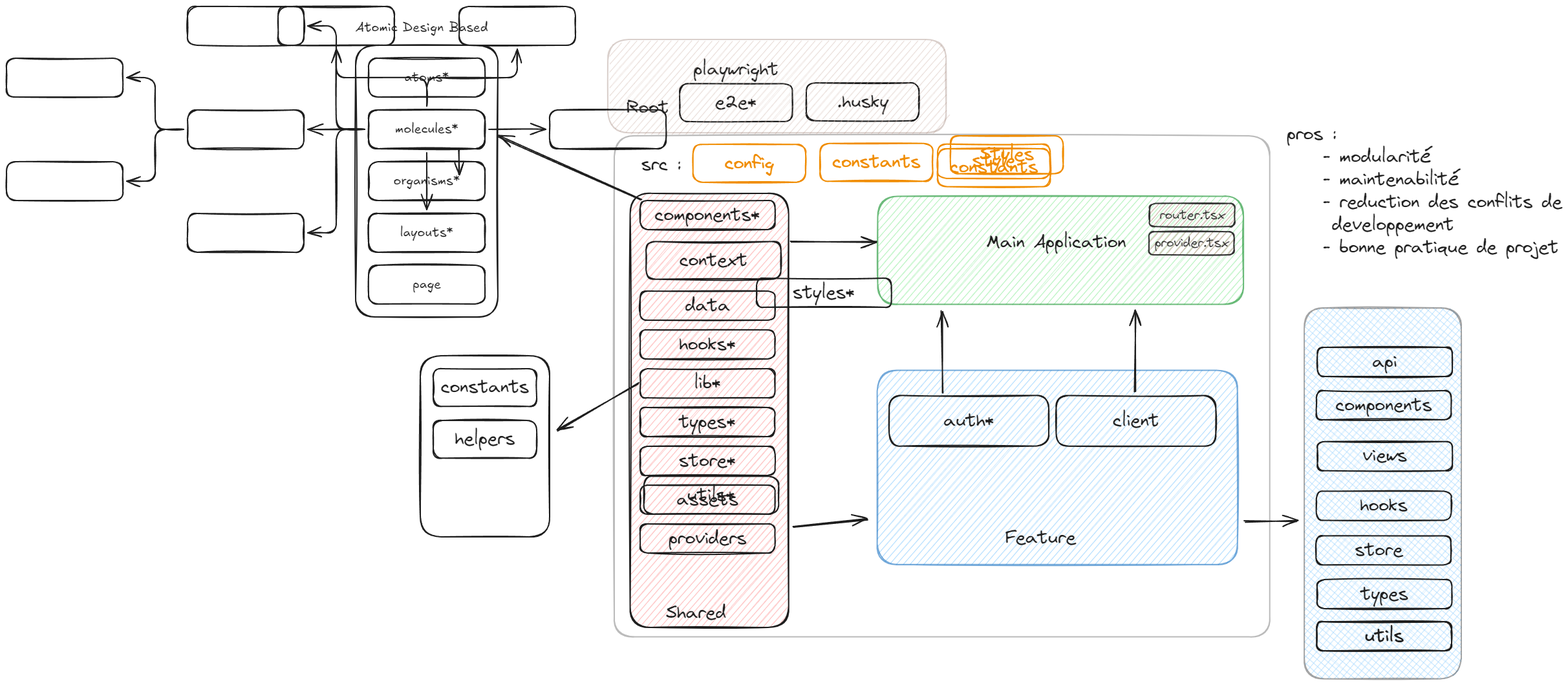
Before: project-sturcture.excalidraw.png, a diagram exported from Excalidraw (Danmo-Ar/nextjs-architecture). Source tidied: one line per element, renumbered; positions are measured from the earlier drawing's top-left corner, leaving out a move shared by most shapes.
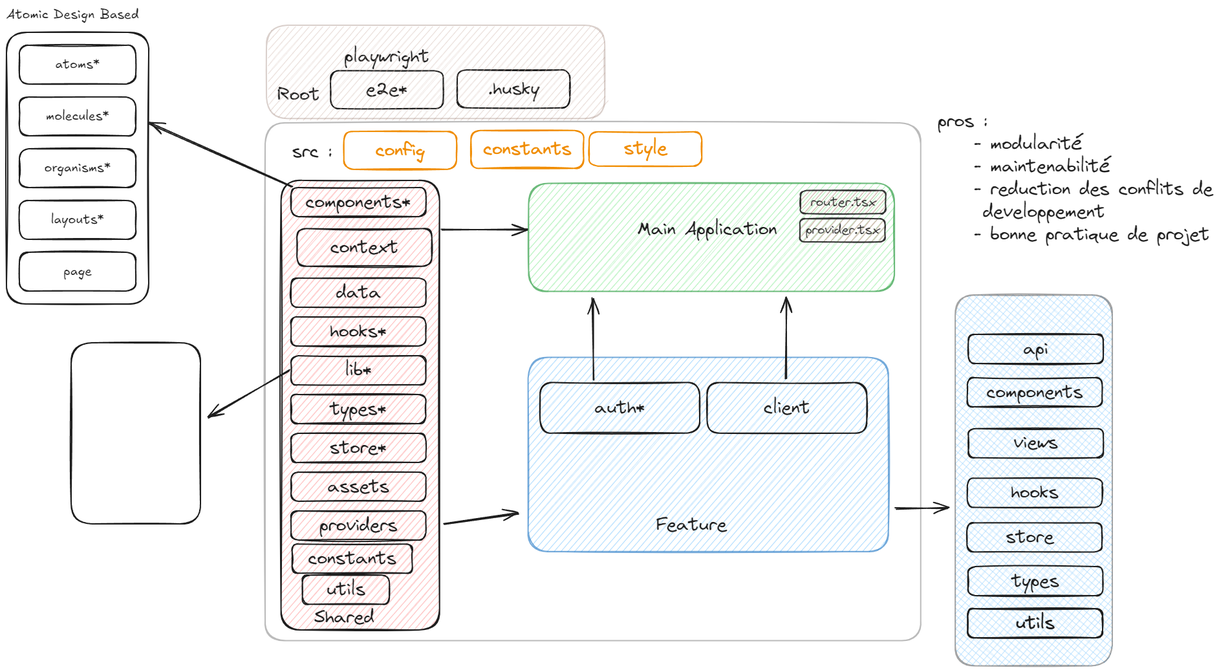
Later version of the same file.

Diff of the diagram source:
```diff
@@ -1,12 +1,12 @@
-{"id": 0, "type": "rectangle", "strokeColor": "#1e1e1e", "backgroundColor": "#ffffff", "fillStyle": "hachure", "strokeWidth": 2, "roughness": 1, "opacity": 30, "round": true, "x": 400, "y": 180, "width": 1014, "height": 775}
+{"id": 0, "type": "rectangle", "strokeColor": "#1e1e1e", "backgroundColor": "#ffffff", "fillStyle": "hachure", "strokeWidth": 2, "roughness": 1, "opacity": 30, "round": true, "x": 400, "y": 180, "width": 1014, "height": 800}
-{"id": 1, "type": "rectangle", "strokeColor": "#1e1e1e", "backgroundColor": "#ffc9c9", "fillStyle": "hachure", "strokeWidth": 2, "roughness": 1, "round": true, "x": 425, "y": 269, "width": 245, "height": 671}
+{"id": 1, "type": "rectangle", "strokeColor": "#1e1e1e", "backgroundColor": "#ffc9c9", "fillStyle": "hachure", "strokeWidth": 2, "roughness": 1, "round": true, "x": 425, "y": 269, "width": 245, "height": 695}
 {"id": 2, "type": "rectangle", "strokeColor": "#2f9e44", "backgroundColor": "#b2f2bb", "fillStyle": "hachure", "strokeWidth": 2, "roughness": 1, "opacity": 70, "round": true, "x": 807, "y": 273, "width": 566, "height": 167}
 {"id": 3, "type": "rectangle", "strokeColor": "#1971c2", "backgroundColor": "#a5d8ff", "fillStyle": "hachure", "strokeWidth": 2, "roughness": 1, "opacity": 60, "round": true, "x": 807, "y": 543, "width": 557, "height": 300}
-{"id": 4, "type": "text", "text": "Shared", "strokeColor": "#1e1e1e", "strokeWidth": 2, "roughness": 1, "fontSize": 28, "fontFamily": 1, "x": 480, "y": 900, "width": 93, "height": 35}
+{"id": 4, "type": "text", "text": "Shared", "strokeColor": "#1e1e1e", "strokeWidth": 2, "roughness": 1, "fontSize": 28, "fontFamily": 1, "x": 476, "y": 927, "width": 93, "height": 35}
 {"id": 5, "type": "text", "text": "Feature", "strokeColor": "#1e1e1e", "strokeWidth": 2, "roughness": 1, "fontSize": 28, "fontFamily": 1, "x": 1005, "y": 784, "width": 109, "height": 35}
 {"id": 6, "type": "text", "text": "Main Application", "strokeColor": "#1e1e1e", "strokeWidth": 2, "roughness": 1, "fontSize": 28, "fontFamily": 1, "x": 975, "y": 328, "width": 216, "height": 35}
-{"id": 7, "type": "arrow", "strokeColor": "#1e1e1e", "strokeWidth": 2, "roughness": 1, "endArrowhead": "arrow", "round": true, "from": 1, "to": 2, "x": 674, "y": 344, "width": 131, "height": 1, "points": [[0, 0], [131, -1]]}
+{"id": 7, "type": "arrow", "strokeColor": "#1e1e1e", "strokeWidth": 2, "roughness": 1, "endArrowhead": "arrow", "round": true, "from": 1, "to": 2, "x": 674, "y": 346, "width": 131, "height": 2, "points": [[0, 0], [131, -2]]}
-{"id": 8, "type": "arrow", "strokeColor": "#1e1e1e", "strokeWidth": 2, "roughness": 1, "endArrowhead": "arrow", "round": true, "from": 1, "to": 3, "x": 676, "y": 785, "width": 115, "height": 12, "points": [[0, 0], [115, -12]]}
+{"id": 8, "type": "arrow", "strokeColor": "#1e1e1e", "strokeWidth": 2, "roughness": 1, "endArrowhead": "arrow", "round": true, "from": 1, "to": 3, "x": 676, "y": 801, "width": 116, "height": 16, "points": [[0, 0], [116, -16]]}
 {"id": 9, "type": "rectangle", "strokeColor": "#1e1e1e", "strokeWidth": 2, "roughness": 1, "round": true, "x": 1083, "y": 582, "width": 247, "height": 78}
 {"id": 10, "type": "text", "text": "client", "strokeColor": "#1e1e1e", "strokeWidth": 2, "roughness": 1, "fontSize": 28, "fontFamily": 1, "textAlign": "center", "verticalAlign": "middle", "inside": 9, "x": 1171, "y": 603, "width": 72, "height": 35}
 {"id": 11, "type": "rectangle", "strokeColor": "#1e1e1e", "strokeWidth": 2, "roughness": 1, "round": true, "x": 825, "y": 581, "width": 247, "height": 78}
@@ -55,17 +55,15 @@
 {"id": 54, "type": "text", "text": "utils", "strokeColor": "#1e1e1e", "strokeWidth": 2, "roughness": 1, "fontSize": 28, "fontFamily": 1, "textAlign": "center", "verticalAlign": "middle", "inside": 53, "x": 1560, "y": 936, "width": 60, "height": 35}
 {"id": 55, "type": "rectangle", "strokeColor": "#1e1e1e", "strokeWidth": 2, "roughness": 1, "round": true, "x": 697, "y": 98, "width": 174, "height": 59}
 {"id": 56, "type": "text", "text": ".husky", "strokeColor": "#1e1e1e", "strokeWidth": 2, "roughness": 1, "fontSize": 28, "fontFamily": 1, "textAlign": "center", "verticalAlign": "middle", "inside": 55, "x": 744, "y": 110, "width": 79, "height": 35}
-{"id": 57, "type": "rectangle", "strokeColor": "#846358", "backgroundColor": "#d2bab0", "fillStyle": "hachure", "strokeWidth": 2, "roughness": 1, "opacity": 30, "round": true, "x": 390, "y": 31, "width": 523, "height": 144}
+{"id": 57, "type": "rectangle", "strokeColor": "#846358", "backgroundColor": "#d2bab0", "fillStyle": "hachure", "strokeWidth": 2, "roughness": 1, "opacity": 30, "round": true, "x": 402, "y": 29, "width": 523, "height": 144}
 {"id": 58, "type": "rectangle", "strokeColor": "#1e1e1e", "backgroundColor": "#d2bab0", "fillStyle": "hachure", "strokeWidth": 2, "roughness": 1, "opacity": 90, "round": true, "x": 1228, "y": 285, "width": 132, "height": 36}
 {"id": 59, "type": "text", "text": "router.tsx", "strokeColor": "#1e1e1e", "backgroundColor": "#d2bab0", "fillStyle": "hachure", "strokeWidth": 2, "roughness": 1, "opacity": 90, "fontSize": 20, "fontFamily": 1, "textAlign": "center", "verticalAlign": "middle", "inside": 58, "x": 1243, "y": 290, "width": 101, "height": 25}
 {"id": 60, "type": "rectangle", "strokeColor": "#1e1e1e", "backgroundColor": "#d2bab0", "fillStyle": "hachure", "strokeWidth": 2, "roughness": 1, "opacity": 90, "round": true, "x": 1227, "y": 328, "width": 132, "height": 36}
 {"id": 61, "type": "text", "text": "provider.tsx", "strokeColor": "#1e1e1e", "backgroundColor": "#d2bab0", "fillStyle": "hachure", "strokeWidth": 2, "roughness": 1, "opacity": 90, "fontSize": 20, "fontFamily": 1, "textAlign": "center", "verticalAlign": "middle", "inside": 60, "x": 1236, "y": 334, "width": 114, "height": 25}
-{"id": 62, "type": "arrow", "strokeColor": "#1e1e1e", "strokeWidth": 2, "roughness": 1, "endArrowhead": "arrow", "round": true, "from": 21, "to": 63, "x": 437, "y": 563, "width": 125, "height": 73, "points": [[0, 0], [-125, 73]]}
-{"id": 63, "type": "rectangle", "strokeColor": "#1e1e1e", "strokeWidth": 2, "roughness": 1, "round": true, "x": 100, "y": 520, "width": 200, "height": 280}
-{"id": 64, "type": "rectangle", "strokeColor": "#1e1e1e", "strokeWidth": 2, "roughness": 1, "round": true, "x": 120, "y": 540, "width": 160, "height": 58}
+{"id": 64, "type": "rectangle", "strokeColor": "#1e1e1e", "strokeWidth": 2, "roughness": 1, "round": true, "x": 442, "y": 831, "width": 186, "height": 45}
-{"id": 65, "type": "text", "text": "constants", "strokeColor": "#1e1e1e", "strokeWidth": 2, "roughness": 1, "fontSize": 28, "fontFamily": 1, "textAlign": "center", "verticalAlign": "middle", "inside": 64, "x": 132, "y": 552, "width": 136, "height": 35}
+{"id": 65, "type": "text", "text": "constants", "strokeColor": "#1e1e1e", "strokeWidth": 2, "roughness": 1, "fontSize": 28, "fontFamily": 1, "textAlign": "center", "verticalAlign": "middle", "inside": 64, "x": 466, "y": 836, "width": 136, "height": 35}
-{"id": 66, "type": "rectangle", "strokeColor": "#1e1e1e", "strokeWidth": 2, "roughness": 1, "round": true, "x": 120, "y": 620, "width": 160, "height": 58}
+{"id": 66, "type": "rectangle", "strokeColor": "#1e1e1e", "strokeWidth": 2, "roughness": 1, "round": true, "x": 458, "y": 879, "width": 134, "height": 45}
-{"id": 67, "type": "text", "text": "helpers", "strokeColor": "#1e1e1e", "strokeWidth": 2, "roughness": 1, "fontSize": 28, "fontFamily": 1, "textAlign": "center", "verticalAlign": "middle", "inside": 66, "x": 154, "y": 632, "width": 93, "height": 35}
+{"id": 67, "type": "text", "text": "utils", "strokeColor": "#1e1e1e", "strokeWidth": 2, "roughness": 1, "fontSize": 28, "fontFamily": 1, "textAlign": "center", "verticalAlign": "middle", "inside": 66, "x": 495, "y": 884, "width": 60, "height": 35}
 {"id": 68, "type": "arrow", "strokeColor": "#1e1e1e", "strokeWidth": 2, "roughness": 1, "endArrowhead": "arrow", "round": true, "from": 25, "x": 442, "y": 278, "width": 222, "height": 98, "points": [[0, 0], [-222, -98]]}
 {"id": 69, "type": "rectangle", "strokeColor": "#1e1e1e", "strokeWidth": 2, "roughness": 1, "round": true, "x": 0, "y": 40, "width": 220, "height": 420}
 {"id": 70, "type": "text", "text": "Atomic Design Based", "strokeColor": "#1e1e1e", "strokeWidth": 2, "roughness": 1, "fontSize": 20, "fontFamily": 5, "x": 0, "y": 0, "width": 205, "height": 25}
@@ -83,7 +81,7 @@
 {"id": 82, "type": "text", "text": "assets", "strokeColor": "#1e1e1e", "strokeWidth": 2, "roughness": 1, "fontSize": 28, "fontFamily": 1, "textAlign": "center", "verticalAlign": "middle", "inside": 81, "x": 497, "y": 725, "width": 95, "height": 35}
 {"id": 83, "type": "rectangle", "strokeColor": "#1e1e1e", "strokeWidth": 2, "roughness": 1, "round": true, "x": 440, "y": 780, "width": 209, "height": 45}
 {"id": 84, "type": "text", "text": "providers", "strokeColor": "#1e1e1e", "strokeWidth": 2, "roughness": 1, "fontSize": 28, "fontFamily": 1, "textAlign": "center", "verticalAlign": "middle", "inside": 83, "x": 484, "y": 785, "width": 121, "height": 35}
-{"id": 85, "type": "rectangle", "strokeColor": "#f08c00", "strokeWidth": 2, "roughness": 1, "round": true, "x": 900, "y": 193, "width": 174, "height": 53}
+{"id": 85, "type": "rectangle", "strokeColor": "#f08c00", "strokeWidth": 2, "roughness": 1, "round": true, "x": 901, "y": 194, "width": 174, "height": 53}
-{"id": 86, "type": "text", "text": "style", "strokeColor": "#f08c00", "strokeWidth": 2, "roughness": 1, "fontSize": 28, "fontFamily": 1, "textAlign": "center", "verticalAlign": "middle", "inside": 85, "x": 954, "y": 202, "width": 67, "height": 35}
+{"id": 86, "type": "text", "text": "style", "strokeColor": "#f08c00", "strokeWidth": 2, "roughness": 1, "fontSize": 28, "fontFamily": 1, "textAlign": "center", "verticalAlign": "middle", "inside": 85, "x": 955, "y": 203, "width": 67, "height": 35}
 {"id": 87, "type": "rectangle", "strokeColor": "#1e1e1e", "strokeWidth": 2, "roughness": 1, "round": true, "x": 440, "y": 660, "width": 209, "height": 45}
 {"id": 88, "type": "text", "text": "store*", "strokeColor": "#1e1e1e", "strokeWidth": 2, "roughness": 1, "fontSize": 28, "fontFamily": 1, "textAlign": "center", "verticalAlign": "middle", "inside": 87, "x": 500, "y": 665, "width": 88, "height": 35}
```
